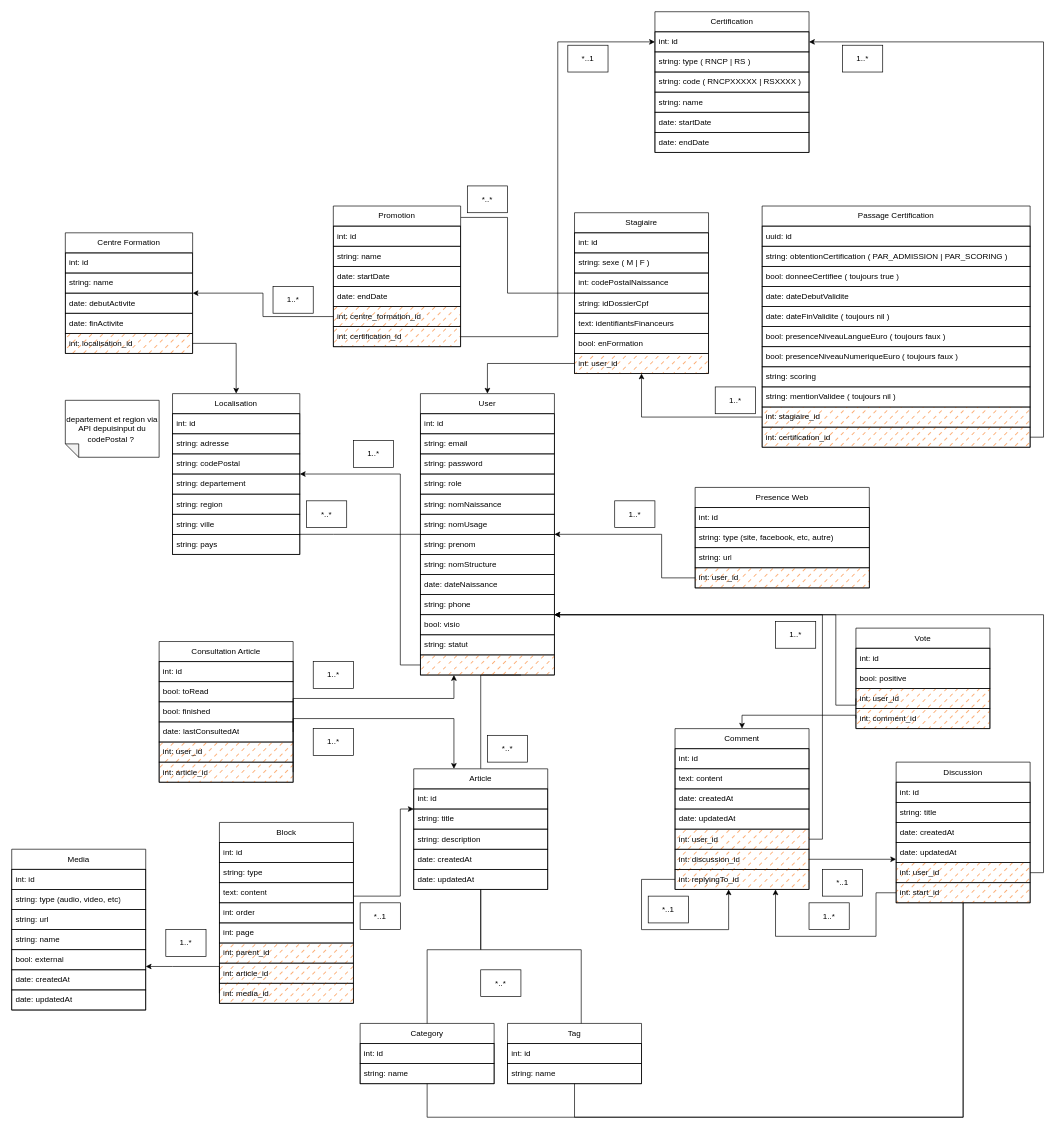
The draw.io diagram MCD.drawio in ecole-richard-cross/espace-numerique, before the edit. Source tidied: cells renumbered, new cells numbered last; positions are measured from the earlier drawing's top-left corner, leaving out a move shared by most shapes. Both pictures are drawn from the tidied source at 67%, with x=0, y=0 at pixel (11, 11).
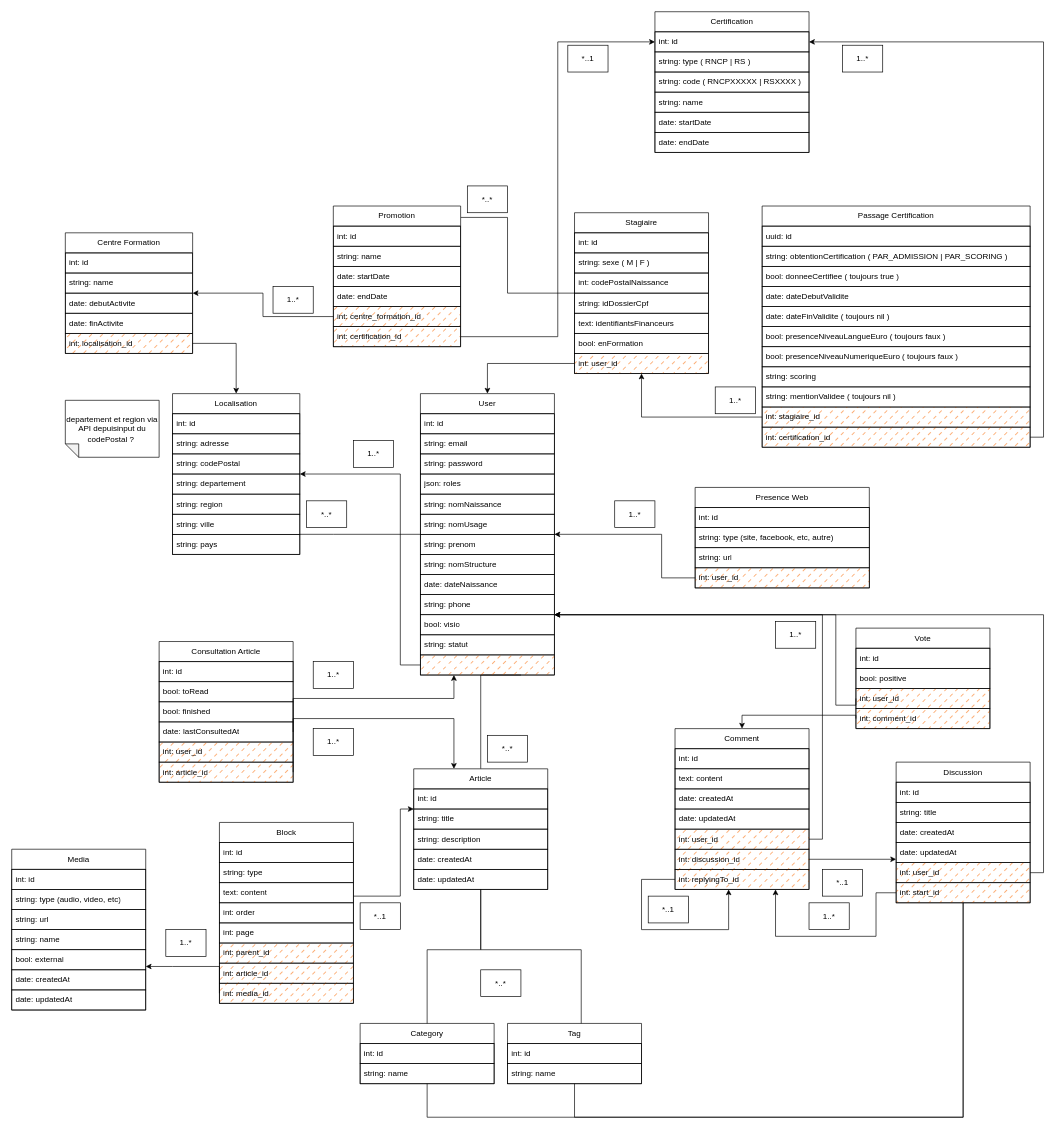
The same page after the edit.

Commit message:
fix/dev: MCD User string:role => json:roles

The change refers to these unchanged cells:
```xml
<mxCell id="71" value="User" style="swimlane;fontStyle=0;horizontal=1;startSize=30;whiteSpace=wrap;html=1;rounded=0;labelBackgroundColor=none;shadow=0;swimlaneLine=1;fillOpacity=100;snapToPoint=0;fixDash=0;backgroundOutline=0;enumerate=0;comic=0;strokeColor=default;" parent="1" vertex="1">
  <mxGeometry x="610" y="570" width="200" height="420" as="geometry" />
</mxCell>
```

The edit, as a diff of the source:
```diff
@@
-    <mxCell id="75" value="string: role" style="text;align=left;verticalAlign=middle;spacingLeft=4;spacingRight=4;overflow=hidden;whiteSpace=wrap;html=1;rounded=0;labelBackgroundColor=none;shadow=0;swimlaneLine=1;fillOpacity=100;fixDash=0;backgroundOutline=0;enumerate=0;comic=0;strokeColor=default;" parent="71" vertex="1">
+    <mxCell id="75" value="json: roles" style="text;align=left;verticalAlign=middle;spacingLeft=4;spacingRight=4;overflow=hidden;whiteSpace=wrap;html=1;rounded=0;labelBackgroundColor=none;shadow=0;swimlaneLine=1;fillOpacity=100;fixDash=0;backgroundOutline=0;enumerate=0;comic=0;strokeColor=default;" parent="71" vertex="1">
       <mxGeometry y="120" width="200" height="30" as="geometry" />
     </mxCell>
```
